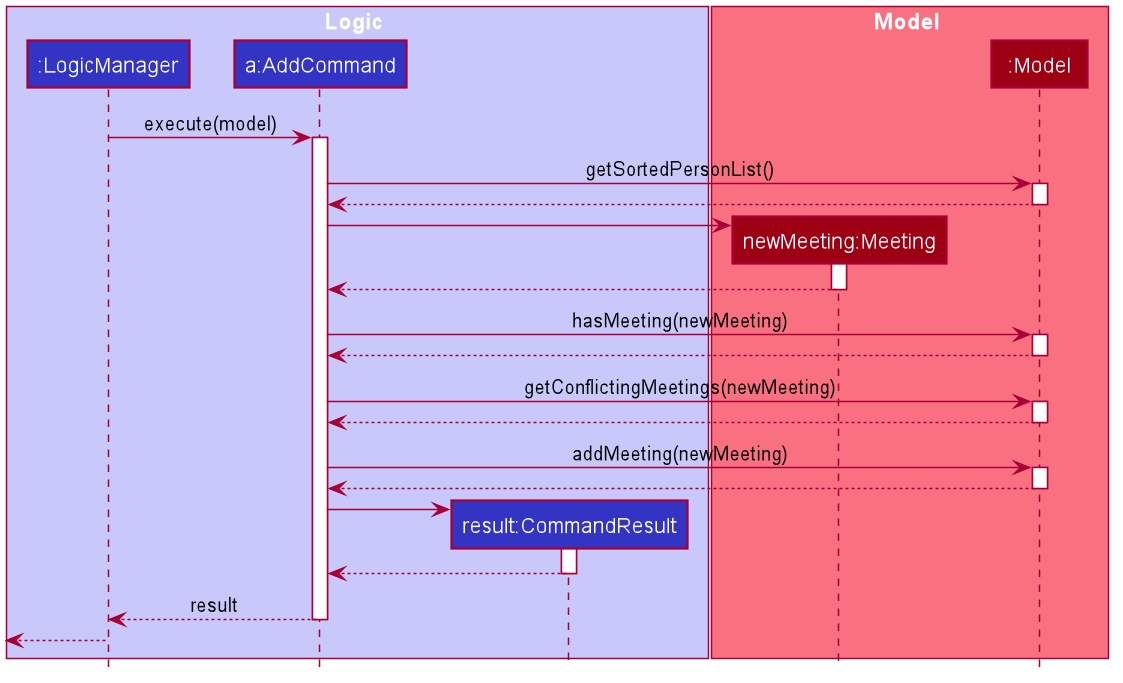
Earlier version of the PlantUML export docs/images/MeetingExecuteAddSequenceDiagram.png (sebastiantoh/tp).
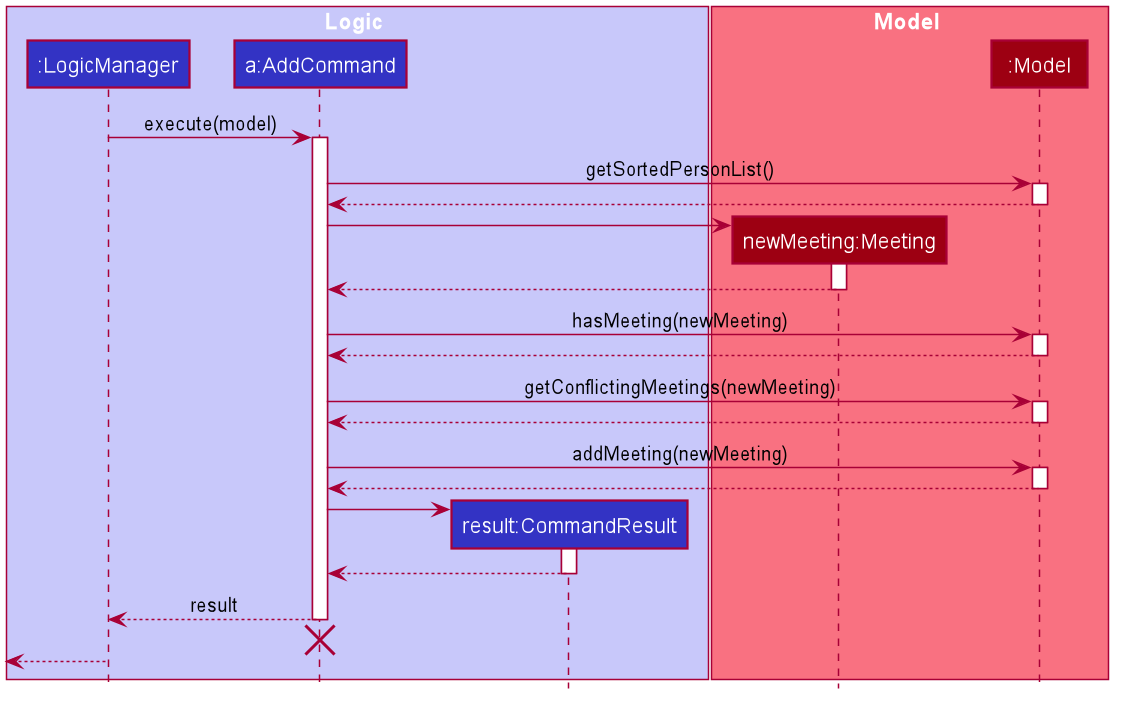
The same file after the commit.

Commit message:
Add destroy marker and note on limitation of PlantUML

Change to the diagram source:
```diff
@@ -106,6 +106,9 @@
 AddCommand --> LogicManager : result
 deactivate AddCommand
 
+AddCommand -[hidden]-> LogicManager
+destroy AddCommand
+
 [<--LogicManager
 deactivate LogicManager
 
```
